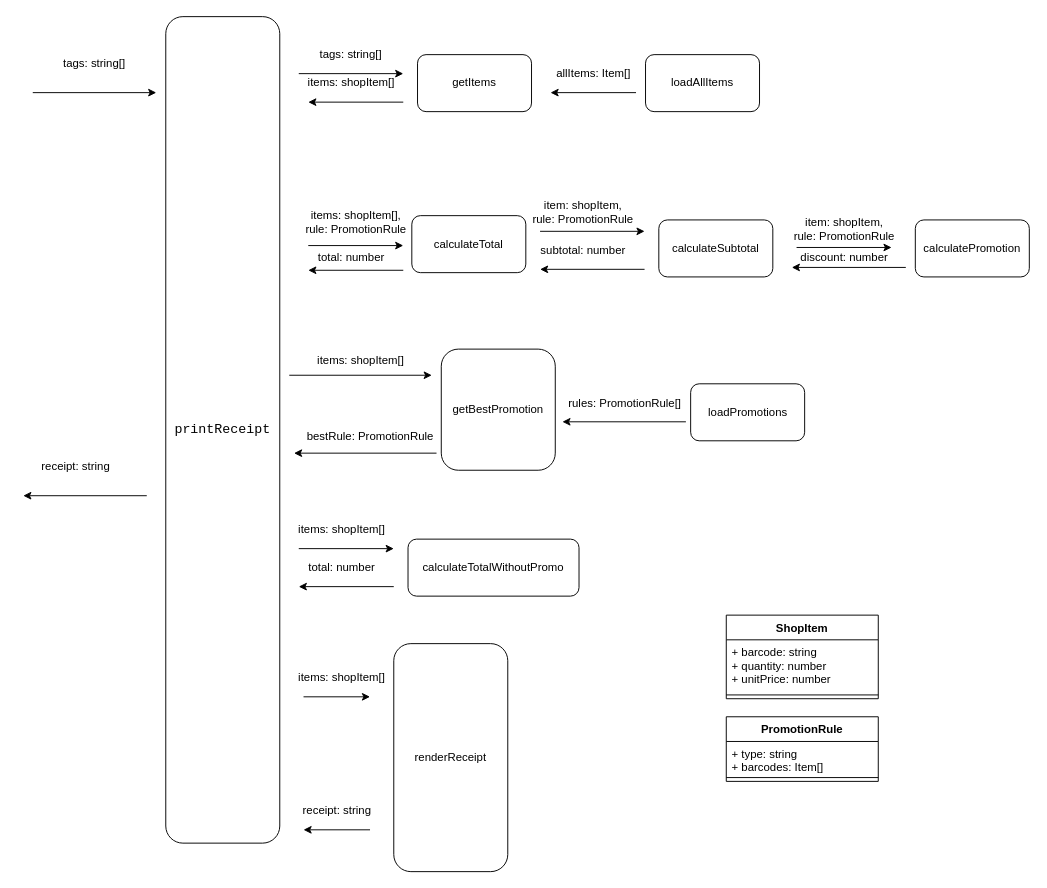
Above: print-receipt.drawio in kristol07/POS-Machine-V1-2020-11-5-3-48-45-545 (draw.io), before the change. Source tidied: cells renumbered, new cells numbered last; positions are measured from the earlier drawing's top-left corner, leaving out a move shared by most shapes. Both pictures are drawn from the tidied source at 95%, with x=0, y=0 at pixel (23, 16).
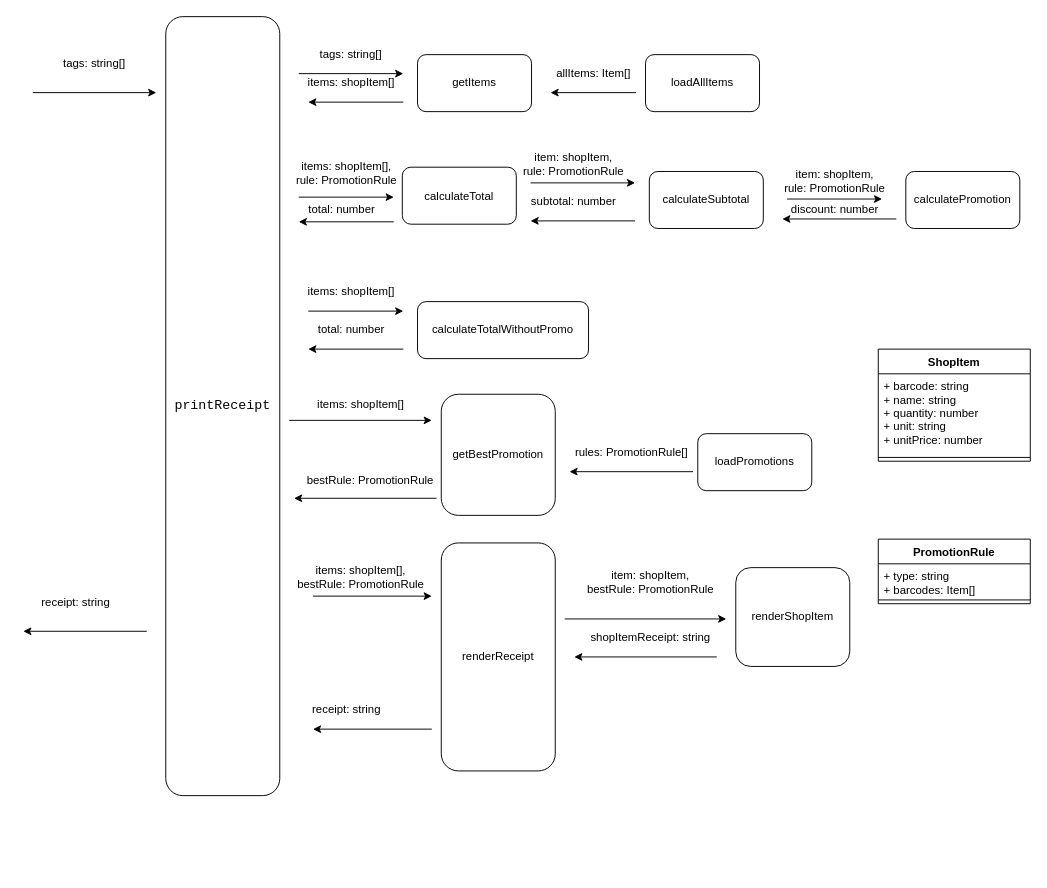
The same diagram, later.

Commit message (it also covers changes not shown here):
Feat: update tasking diagram & refactor

Change to the diagram source:
```diff
@@
     <mxCell id="2" value="&lt;div style=&quot;background-color: rgb(255 , 255 , 255) ; font-family: &amp;#34;consolas&amp;#34; , &amp;#34;courier new&amp;#34; , monospace ; font-size: 14px ; line-height: 19px&quot;&gt;printReceipt&lt;/div&gt;" style="rounded=1;whiteSpace=wrap;html=1;" parent="1" vertex="1">
-      <mxGeometry x="150" width="120" height="870" as="geometry" />
+      <mxGeometry x="150" width="120" height="820" as="geometry" />
     </mxCell>
@@
     <mxCell id="4" value="receipt: string" style="text;html=1;align=center;verticalAlign=middle;" parent="1" vertex="1">
-      <mxGeometry x="10" y="464.3" width="90" height="20" as="geometry" />
+      <mxGeometry x="10" y="607" width="90" height="20" as="geometry" />
     </mxCell>
@@
     <mxCell id="8" value="calculateSubtotal" style="rounded=1;whiteSpace=wrap;html=1;" parent="1" vertex="1">
-      <mxGeometry x="669" y="214" width="120" height="60" as="geometry" />
+      <mxGeometry x="659" y="163" width="120" height="60" as="geometry" />
     </mxCell>
     <mxCell id="9" value="item: shopItem, &lt;br&gt;rule: PromotionRule" style="text;html=1;align=center;verticalAlign=middle;" parent="1" vertex="1">
-      <mxGeometry x="529" y="191" width="120" height="30" as="geometry" />
+      <mxGeometry x="519" y="140" width="120" height="30" as="geometry" />
     </mxCell>
     <mxCell id="10" value="subtotal: number" style="text;html=1;align=center;verticalAlign=middle;" parent="1" vertex="1">
-      <mxGeometry x="534" y="236" width="110" height="20" as="geometry" />
+      <mxGeometry x="524" y="185" width="110" height="20" as="geometry" />
     </mxCell>
     <mxCell id="11" value="calculateTotalWithoutPromo" style="rounded=1;whiteSpace=wrap;html=1;" parent="1" vertex="1">
-      <mxGeometry x="405" y="550" width="180" height="60" as="geometry" />
+      <mxGeometry x="415" y="300" width="180" height="60" as="geometry" />
     </mxCell>
     <mxCell id="12" value="items: shopItem[]" style="text;html=1;align=center;verticalAlign=middle;" parent="1" vertex="1">
-      <mxGeometry x="280" y="530" width="110" height="20" as="geometry" />
+      <mxGeometry x="290" y="280" width="110" height="20" as="geometry" />
     </mxCell>
     <mxCell id="13" value="total: number" style="text;html=1;align=center;verticalAlign=middle;" parent="1" vertex="1">
-      <mxGeometry x="290" y="570" width="90" height="20" as="geometry" />
+      <mxGeometry x="300" y="320" width="90" height="20" as="geometry" />
     </mxCell>
     <mxCell id="14" value="calculatePromotion" style="rounded=1;whiteSpace=wrap;html=1;" parent="1" vertex="1">
-      <mxGeometry x="939" y="214" width="120" height="60" as="geometry" />
+      <mxGeometry x="929" y="163" width="120" height="60" as="geometry" />
     </mxCell>
     <mxCell id="15" value="item: shopItem,&lt;br&gt;rule: PromotionRule" style="text;html=1;align=center;verticalAlign=middle;" parent="1" vertex="1">
-      <mxGeometry x="804" y="209" width="120" height="30" as="geometry" />
+      <mxGeometry x="794" y="158" width="120" height="30" as="geometry" />
     </mxCell>
     <mxCell id="16" value="discount: number" style="text;html=1;align=center;verticalAlign=middle;" parent="1" vertex="1">
-      <mxGeometry x="809" y="244" width="110" height="20" as="geometry" />
+      <mxGeometry x="799" y="193" width="110" height="20" as="geometry" />
     </mxCell>
@@
     <mxCell id="19" value="renderReceipt" style="rounded=1;whiteSpace=wrap;html=1;" parent="1" vertex="1">
-      <mxGeometry x="390" y="660" width="120" height="240" as="geometry" />
+      <mxGeometry x="440" y="554" width="120" height="240" as="geometry" />
     </mxCell>
-    <mxCell id="20" value="items: shopItem[]" style="text;html=1;align=center;verticalAlign=middle;" parent="1" vertex="1">
-      <mxGeometry x="280" y="686" width="110" height="20" as="geometry" />
+    <mxCell id="20" value="items: shopItem[],&lt;br&gt;bestRule: PromotionRule" style="text;html=1;align=center;verticalAlign=middle;" parent="1" vertex="1">
+      <mxGeometry x="280" y="575" width="150" height="30" as="geometry" />
     </mxCell>
     <mxCell id="21" value="receipt: string" style="text;html=1;align=center;verticalAlign=middle;" parent="1" vertex="1">
-      <mxGeometry x="285" y="826" width="90" height="20" as="geometry" />
+      <mxGeometry x="295" y="720" width="90" height="20" as="geometry" />
     </mxCell>
@@
     <mxCell id="23" style="endArrow=classic;html=1;" parent="1" edge="1">
       <mxGeometry relative="1" as="geometry">
-        <mxPoint x="130" y="504.3" as="sourcePoint" />
-        <mxPoint y="504.3" as="targetPoint" />
+        <mxPoint x="130" y="647" as="sourcePoint" />
+        <mxPoint y="647" as="targetPoint" />
       </mxGeometry>
     </mxCell>
@@
     <mxCell id="26" style="endArrow=classic;html=1;" parent="1" edge="1">
       <mxGeometry relative="1" as="geometry">
-        <mxPoint x="295" y="716" as="sourcePoint" />
-        <mxPoint x="365" y="716" as="targetPoint" />
+        <mxPoint x="305" y="610" as="sourcePoint" />
+        <mxPoint x="430" y="610" as="targetPoint" />
       </mxGeometry>
     </mxCell>
     <mxCell id="27" style="endArrow=classic;html=1;" parent="1" edge="1">
       <mxGeometry relative="1" as="geometry">
-        <mxPoint x="365" y="856" as="sourcePoint" />
-        <mxPoint x="295" y="856" as="targetPoint" />
+        <mxPoint x="430" y="750" as="sourcePoint" />
+        <mxPoint x="305" y="750" as="targetPoint" />
       </mxGeometry>
     </mxCell>
     <mxCell id="28" style="endArrow=classic;html=1;" parent="1" edge="1">
       <mxGeometry relative="1" as="geometry">
-        <mxPoint x="390" y="600" as="sourcePoint" />
-        <mxPoint x="290" y="600" as="targetPoint" />
+        <mxPoint x="400" y="350" as="sourcePoint" />
+        <mxPoint x="300" y="350" as="targetPoint" />
       </mxGeometry>
     </mxCell>
     <mxCell id="29" style="endArrow=classic;html=1;" parent="1" edge="1">
       <mxGeometry relative="1" as="geometry">
-        <mxPoint x="290" y="560" as="sourcePoint" />
-        <mxPoint x="390" y="560" as="targetPoint" />
+        <mxPoint x="300" y="310" as="sourcePoint" />
+        <mxPoint x="400" y="310" as="targetPoint" />
       </mxGeometry>
     </mxCell>
     <mxCell id="30" style="endArrow=classic;html=1;" parent="1" edge="1">
       <mxGeometry relative="1" as="geometry">
-        <mxPoint x="654" y="266" as="sourcePoint" />
-        <mxPoint x="544" y="266" as="targetPoint" />
+        <mxPoint x="644" y="215" as="sourcePoint" />
+        <mxPoint x="534" y="215" as="targetPoint" />
       </mxGeometry>
     </mxCell>
     <mxCell id="31" style="endArrow=classic;html=1;" parent="1" edge="1">
       <mxGeometry relative="1" as="geometry">
-        <mxPoint x="544" y="226" as="sourcePoint" />
-        <mxPoint x="654" y="226" as="targetPoint" />
+        <mxPoint x="534" y="175" as="sourcePoint" />
+        <mxPoint x="644" y="175" as="targetPoint" />
       </mxGeometry>
     </mxCell>
@@
     <mxCell id="33" style="endArrow=classic;html=1;" parent="1" edge="1">
       <mxGeometry relative="1" as="geometry">
-        <mxPoint x="814" y="243" as="sourcePoint" />
-        <mxPoint x="914" y="243" as="targetPoint" />
+        <mxPoint x="804" y="192" as="sourcePoint" />
+        <mxPoint x="904" y="192" as="targetPoint" />
       </mxGeometry>
     </mxCell>
     <mxCell id="34" style="endArrow=classic;html=1;" parent="1" edge="1">
       <mxGeometry relative="1" as="geometry">
-        <mxPoint x="929" y="264" as="sourcePoint" />
-        <mxPoint x="809" y="264" as="targetPoint" />
+        <mxPoint x="919" y="213" as="sourcePoint" />
+        <mxPoint x="799" y="213" as="targetPoint" />
       </mxGeometry>
     </mxCell>
     <mxCell id="35" value="getBestPromotion" style="rounded=1;whiteSpace=wrap;html=1;" parent="1" vertex="1">
-      <mxGeometry x="440" y="350" width="120" height="127.5" as="geometry" />
+      <mxGeometry x="440" y="397.5" width="120" height="127.5" as="geometry" />
     </mxCell>
     <mxCell id="36" value="items: shopItem[]" style="text;html=1;align=center;verticalAlign=middle;" parent="1" vertex="1">
-      <mxGeometry x="300" y="351.5" width="110" height="20" as="geometry" />
+      <mxGeometry x="300" y="399" width="110" height="20" as="geometry" />
     </mxCell>
     <mxCell id="37" value="bestRule: PromotionRule" style="text;html=1;align=center;verticalAlign=middle;" parent="1" vertex="1">
-      <mxGeometry x="290" y="431.5" width="150" height="20" as="geometry" />
+      <mxGeometry x="290" y="479" width="150" height="20" as="geometry" />
     </mxCell>
     <mxCell id="38" style="endArrow=classic;html=1;" parent="1" edge="1">
       <mxGeometry relative="1" as="geometry">
-        <mxPoint x="280" y="377.5" as="sourcePoint" />
-        <mxPoint x="430" y="377.5" as="targetPoint" />
+        <mxPoint x="280" y="425" as="sourcePoint" />
+        <mxPoint x="430" y="425" as="targetPoint" />
       </mxGeometry>
     </mxCell>
     <mxCell id="39" style="endArrow=classic;html=1;" parent="1" edge="1">
       <mxGeometry relative="1" as="geometry">
-        <mxPoint x="435" y="459.5" as="sourcePoint" />
-        <mxPoint x="285" y="459.5" as="targetPoint" />
+        <mxPoint x="435" y="507" as="sourcePoint" />
+        <mxPoint x="285" y="507" as="targetPoint" />
       </mxGeometry>
     </mxCell>
     <mxCell id="40" value="loadPromotions" style="rounded=1;whiteSpace=wrap;html=1;" parent="1" vertex="1">
-      <mxGeometry x="702.5" y="386.5" width="120" height="60" as="geometry" />
+      <mxGeometry x="710" y="439" width="120" height="60" as="geometry" />
     </mxCell>
     <mxCell id="41" value="rules: PromotionRule[]" style="text;html=1;align=center;verticalAlign=middle;" parent="1" vertex="1">
-      <mxGeometry x="567.5" y="396.5" width="130" height="20" as="geometry" />
+      <mxGeometry x="575" y="449" width="130" height="20" as="geometry" />
     </mxCell>
     <mxCell id="42" style="endArrow=classic;html=1;" parent="1" edge="1">
       <mxGeometry relative="1" as="geometry">
-        <mxPoint x="697.5" y="426.5" as="sourcePoint" />
-        <mxPoint x="567.5" y="426.5" as="targetPoint" />
+        <mxPoint x="705" y="479" as="sourcePoint" />
+        <mxPoint x="575" y="479" as="targetPoint" />
       </mxGeometry>
     </mxCell>
     <mxCell id="43" value="calculateTotal" style="rounded=1;whiteSpace=wrap;html=1;" parent="1" vertex="1">
-      <mxGeometry x="409" y="209.5" width="120" height="60" as="geometry" />
+      <mxGeometry x="399" y="158.5" width="120" height="60" as="geometry" />
     </mxCell>
     <mxCell id="44" value="items: shopItem[],&lt;br&gt;rule: PromotionRule" style="text;html=1;align=center;verticalAlign=middle;" parent="1" vertex="1">
-      <mxGeometry x="290" y="201" width="120" height="30" as="geometry" />
+      <mxGeometry x="280" y="150" width="120" height="30" as="geometry" />
     </mxCell>
     <mxCell id="45" value="total: number" style="text;html=1;align=center;verticalAlign=middle;" parent="1" vertex="1">
-      <mxGeometry x="300" y="244" width="90" height="20" as="geometry" />
+      <mxGeometry x="290" y="193" width="90" height="20" as="geometry" />
     </mxCell>
     <mxCell id="46" style="endArrow=classic;html=1;fontFamily=Helvetica;fontSize=11;fontColor=#000000;align=center;strokeColor=#000000;" parent="1" edge="1">
       <mxGeometry relative="1" as="geometry">
-        <mxPoint x="300" y="241" as="sourcePoint" />
-        <mxPoint x="400" y="241" as="targetPoint" />
+        <mxPoint x="290" y="190" as="sourcePoint" />
+        <mxPoint x="390" y="190" as="targetPoint" />
       </mxGeometry>
     </mxCell>
     <mxCell id="47" style="endArrow=classic;html=1;" parent="1" edge="1">
       <mxGeometry relative="1" as="geometry">
-        <mxPoint x="400" y="267" as="sourcePoint" />
-        <mxPoint x="300" y="267" as="targetPoint" />
+        <mxPoint x="390" y="216" as="sourcePoint" />
+        <mxPoint x="290" y="216" as="targetPoint" />
       </mxGeometry>
     </mxCell>
     <mxCell id="48" value="ShopItem" style="swimlane;fontStyle=1;align=center;verticalAlign=top;horizontal=1;startSize=26;" parent="1" vertex="1">
-      <mxGeometry x="740" y="630" width="160" height="88" as="geometry" />
+      <mxGeometry x="900" y="350" width="160" height="118" as="geometry" />
     </mxCell>
-    <mxCell id="49" value="+ barcode: string&#10;+ quantity: number&#10;+ unitPrice: number" style="text;strokeColor=none;fillColor=none;align=left;verticalAlign=top;spacingLeft=4;spacingRight=4;overflow=hidden;" parent="48" vertex="1">
-      <mxGeometry y="26" width="160" height="54" as="geometry" />
+    <mxCell id="49" value="+ barcode: string&#10;+ name: string&#10;+ quantity: number&#10;+ unit: string&#10;+ unitPrice: number" style="text;strokeColor=none;fillColor=none;align=left;verticalAlign=top;spacingLeft=4;spacingRight=4;overflow=hidden;" parent="48" vertex="1">
+      <mxGeometry y="26" width="160" height="84" as="geometry" />
     </mxCell>
     <mxCell id="50" style="line;strokeWidth=1;fillColor=none;align=left;verticalAlign=middle;spacingTop=-1;spacingLeft=3;spacingRight=3;labelPosition=right;" parent="48" vertex="1">
-      <mxGeometry y="80" width="160" height="8" as="geometry" />
+      <mxGeometry y="110" width="160" height="8" as="geometry" />
     </mxCell>
     <mxCell id="51" value="PromotionRule" style="swimlane;fontStyle=1;align=center;verticalAlign=top;horizontal=1;startSize=26;" parent="1" vertex="1">
-      <mxGeometry x="740" y="737" width="160" height="68" as="geometry" />
+      <mxGeometry x="900" y="550" width="160" height="68" as="geometry" />
     </mxCell>
@@
+    <mxCell id="54" value="renderShopItem" style="rounded=1;whiteSpace=wrap;html=1;" parent="1" vertex="1">
+      <mxGeometry x="750" y="580" width="120" height="104" as="geometry" />
+    </mxCell>
+    <mxCell id="55" value="item: shopItem,&lt;br&gt;bestRule: PromotionRule" style="text;html=1;align=center;verticalAlign=middle;" parent="1" vertex="1">
+      <mxGeometry x="585" y="580" width="150" height="30" as="geometry" />
+    </mxCell>
+    <mxCell id="56" value="shopItemReceipt: string" style="text;html=1;align=center;verticalAlign=middle;" parent="1" vertex="1">
+      <mxGeometry x="590" y="644" width="140" height="20" as="geometry" />
+    </mxCell>
+    <mxCell id="57" style="endArrow=classic;html=1;" parent="1" edge="1">
+      <mxGeometry relative="1" as="geometry">
+        <mxPoint x="570" y="634" as="sourcePoint" />
+        <mxPoint x="740" y="634" as="targetPoint" />
+      </mxGeometry>
+    </mxCell>
+    <mxCell id="58" style="endArrow=classic;html=1;" parent="1" edge="1">
+      <mxGeometry relative="1" as="geometry">
+        <mxPoint x="730" y="674" as="sourcePoint" />
+        <mxPoint x="580" y="674" as="targetPoint" />
+      </mxGeometry>
+    </mxCell>
```
